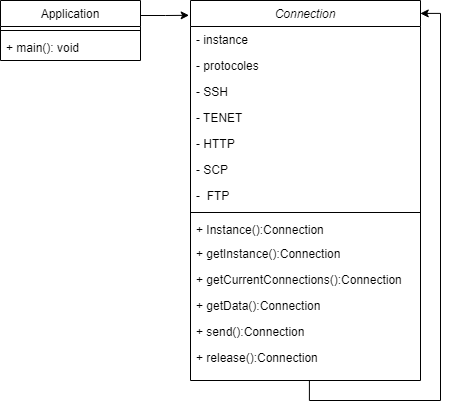
Above: Singleton design pattern/images/Singleton design pattern.png in hamza-alkharouf/Advanced-software-development (draw.io), before the change. Source tidied: cells renumbered, new cells last; positions are measured from the earlier drawing's top-left corner, leaving out a move shared by most shapes.
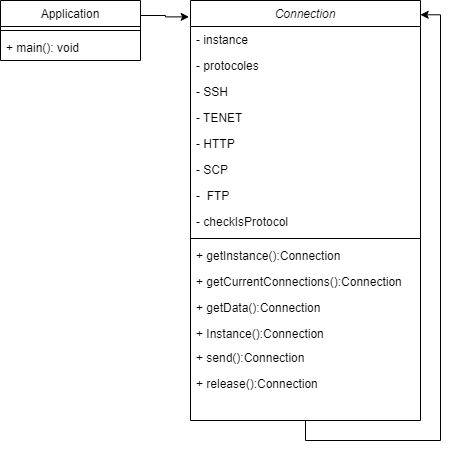
Later version of the same file.

Diff of the diagram source:
```diff
@@ -3,7 +3,7 @@
     <mxCell id="0" />
     <mxCell id="1" parent="0" />
     <mxCell id="2" value="Connection" style="swimlane;fontStyle=2;align=center;verticalAlign=top;horizontal=1;startSize=26;rounded=0;shadow=0;strokeWidth=1;" parent="1" vertex="1">
-      <mxGeometry x="190" width="230" height="380" as="geometry" />
+      <mxGeometry x="190" width="230" height="420" as="geometry" />
     </mxCell>
     <mxCell id="3" value="- instance " style="text;align=left;verticalAlign=top;spacingLeft=4;spacingRight=4;overflow=hidden;" parent="2" vertex="1">
       <mxGeometry y="26" width="230" height="26" as="geometry" />
@@ -23,39 +23,33 @@
     <mxCell id="8" value="- SCP   " style="text;align=left;verticalAlign=top;spacingLeft=4;spacingRight=4;overflow=hidden;rounded=0;shadow=0;html=0;" parent="2" vertex="1">
       <mxGeometry y="156" width="230" height="26" as="geometry" />
     </mxCell>
+    <mxCell id="22" value="-  FTP" style="text;align=left;verticalAlign=top;spacingLeft=4;spacingRight=4;overflow=hidden;rounded=0;shadow=0;html=0;" parent="2" vertex="1">
+      <mxGeometry y="182" width="230" height="26" as="geometry" />
+    </mxCell>
-    <mxCell id="9" value="-  FTP" style="text;align=left;verticalAlign=top;spacingLeft=4;spacingRight=4;overflow=hidden;rounded=0;shadow=0;html=0;" parent="2" vertex="1">
-      <mxGeometry y="182" width="230" height="26" as="geometry" />
+    <mxCell id="9" value="- checkIsProtocol" style="text;align=left;verticalAlign=top;spacingLeft=4;spacingRight=4;overflow=hidden;rounded=0;shadow=0;html=0;" parent="2" vertex="1">
+      <mxGeometry y="208" width="230" height="26" as="geometry" />
     </mxCell>
     <mxCell id="10" style="line;html=1;strokeWidth=1;align=left;verticalAlign=middle;spacingTop=-1;spacingLeft=3;spacingRight=3;labelPosition=right;" parent="2" vertex="1">
-      <mxGeometry y="208" width="230" height="8" as="geometry" />
+      <mxGeometry y="234" width="230" height="8" as="geometry" />
     </mxCell>
-    <mxCell id="11" value="+ Instance():Connection" style="text;align=left;verticalAlign=top;spacingLeft=4;spacingRight=4;overflow=hidden;" parent="2" vertex="1">
-      <mxGeometry y="216" width="230" height="24" as="geometry" />
-    </mxCell>
     <mxCell id="12" value="+ getInstance():Connection" style="text;align=left;verticalAlign=top;spacingLeft=4;spacingRight=4;overflow=hidden;" parent="2" vertex="1">
-      <mxGeometry y="240" width="230" height="26" as="geometry" />
+      <mxGeometry y="242" width="230" height="26" as="geometry" />
     </mxCell>
     <mxCell id="13" value="+ getCurrentConnections():Connection" style="text;align=left;verticalAlign=top;spacingLeft=4;spacingRight=4;overflow=hidden;" parent="2" vertex="1">
-      <mxGeometry y="266" width="230" height="26" as="geometry" />
+      <mxGeometry y="268" width="230" height="26" as="geometry" />
     </mxCell>
     <mxCell id="14" value="+ getData():Connection" style="text;align=left;verticalAlign=top;spacingLeft=4;spacingRight=4;overflow=hidden;" parent="2" vertex="1">
-      <mxGeometry y="292" width="230" height="26" as="geometry" />
+      <mxGeometry y="294" width="230" height="26" as="geometry" />
     </mxCell>
+    <mxCell id="11" value="+ Instance():Connection" style="text;align=left;verticalAlign=top;spacingLeft=4;spacingRight=4;overflow=hidden;" parent="2" vertex="1">
+      <mxGeometry y="320" width="230" height="24" as="geometry" />
+    </mxCell>
     <mxCell id="15" value="+ send():Connection" style="text;align=left;verticalAlign=top;spacingLeft=4;spacingRight=4;overflow=hidden;" parent="2" vertex="1">
-      <mxGeometry y="318" width="230" height="26" as="geometry" />
+      <mxGeometry y="344" width="230" height="26" as="geometry" />
     </mxCell>
     <mxCell id="16" value="+ release():Connection" style="text;align=left;verticalAlign=top;spacingLeft=4;spacingRight=4;overflow=hidden;points=[[0,0.5],[1,0.5]];portConstraint=eastwest;" parent="2" vertex="1">
-      <mxGeometry y="344" width="230" height="36" as="geometry" />
+      <mxGeometry y="370" width="230" height="36" as="geometry" />
     </mxCell>
-    <mxCell id="17" style="edgeStyle=orthogonalEdgeStyle;rounded=0;jettySize=auto;html=1;entryX=0.999;entryY=0.034;entryDx=0;entryDy=0;entryPerimeter=0;exitX=0.517;exitY=1.005;exitDx=0;exitDy=0;exitPerimeter=0;" parent="2" edge="1" source="16" target="2">
-      <mxGeometry relative="1" as="geometry">
-        <Array as="points">
-          <mxPoint x="119" y="400" />
-          <mxPoint x="250" y="400" />
-          <mxPoint x="250" y="13" />
-        </Array>
-      </mxGeometry>
-    </mxCell>
     <mxCell id="18" style="edgeStyle=orthogonalEdgeStyle;rounded=0;jettySize=auto;html=1;exitX=1;exitY=0.25;exitDx=0;exitDy=0;entryX=-0.006;entryY=0.039;entryDx=0;entryDy=0;entryPerimeter=0;" parent="1" edge="1" source="19" target="2">
       <mxGeometry relative="1" as="geometry" />
     </mxCell>
@@ -68,5 +62,14 @@
     <mxCell id="21" value="+ main(): void" style="text;strokeColor=none;fillColor=none;align=left;verticalAlign=top;spacingLeft=4;spacingRight=4;overflow=hidden;" parent="19" vertex="1">
       <mxGeometry y="34" width="140" height="26" as="geometry" />
     </mxCell>
+    <mxCell id="17" style="edgeStyle=orthogonalEdgeStyle;rounded=0;orthogonalLoop=1;jettySize=auto;html=1;entryX=0.999;entryY=0.034;entryDx=0;entryDy=0;entryPerimeter=0;exitX=0.5;exitY=1;exitDx=0;exitDy=0;" parent="1" edge="1" source="2" target="2">
+      <mxGeometry relative="1" as="geometry">
+        <Array as="points">
+          <mxPoint x="305" y="440" />
+          <mxPoint x="440" y="440" />
+          <mxPoint x="440" y="14" />
+        </Array>
+      </mxGeometry>
+    </mxCell>
   </root>
 </mxGraphModel>
```
